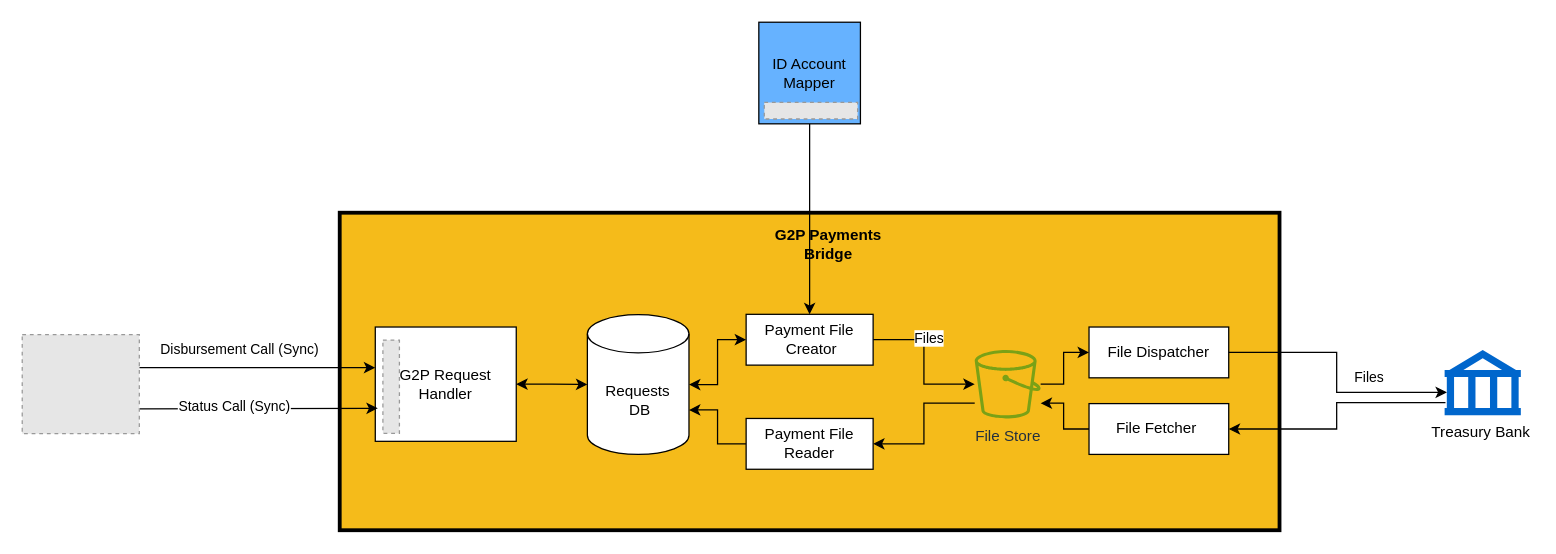
Earlier version of the draw.io diagram .gitbook/assets/gpb-architecture.drawio (OpenG2P/openg2p-documentation). Source tidied: cells renumbered, new cells numbered last; positions are measured from the earlier drawing's top-left corner, leaving out a move shared by most shapes. Both pictures are drawn from the tidied source at 127%, with x=0, y=0 at pixel (22, 22). Pictures stored in the file or linked from it are replaced by grey dashed boxes.
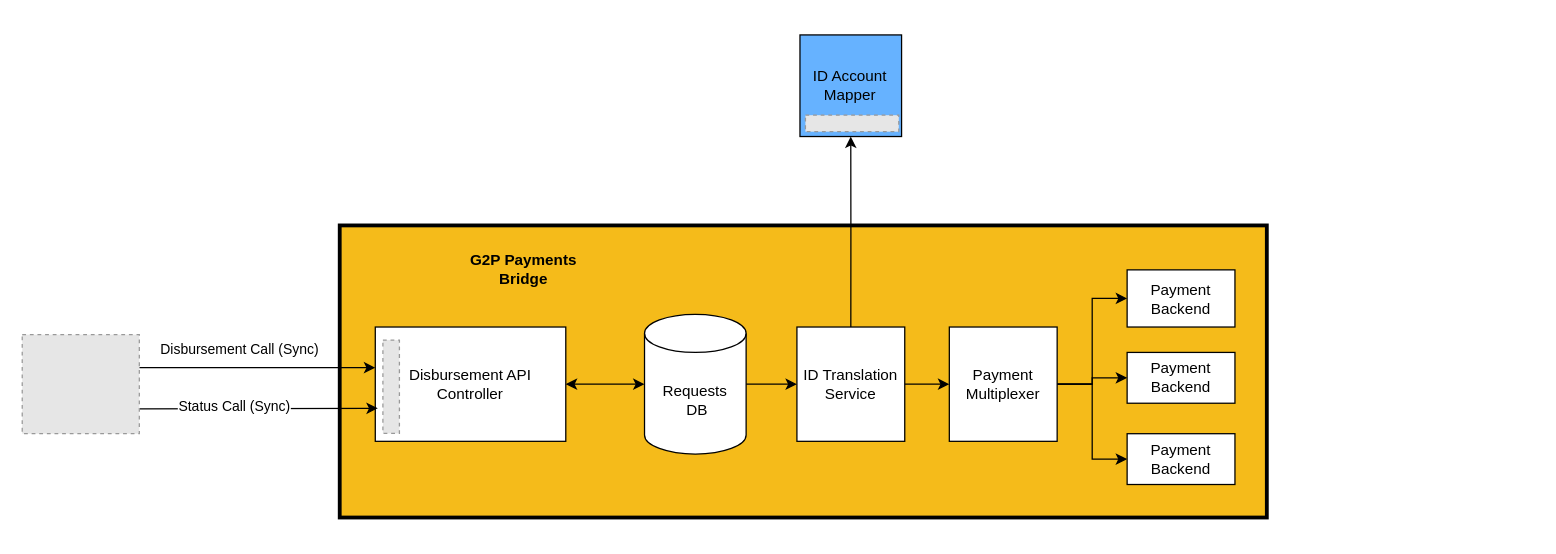
After the change.

Commit message (it also covers changes not shown here):
Modified architecture for GPB

The edit, as a diff of the source:
```diff
@@
     <mxCell id="2" style="rounded=0;whiteSpace=wrap;html=1;fillColor=#F5BB1A;strokeColor=#000000;align=left;strokeWidth=3;" parent="1" vertex="1">
-      <mxGeometry x="250" y="150" width="740" height="250" as="geometry" />
+      <mxGeometry x="250" y="160" width="730" height="230" as="geometry" />
     </mxCell>
-    <mxCell id="3" style="edgeStyle=orthogonalEdgeStyle;rounded=0;jettySize=auto;html=1;exitX=1;exitY=0.5;exitDx=0;exitDy=0;exitPerimeter=0;entryX=0;entryY=0.5;entryDx=0;entryDy=0;startArrow=classic;startFill=1;" parent="1" edge="1" source="5" target="19">
-      <mxGeometry relative="1" as="geometry" />
-    </mxCell>
-    <mxCell id="4" style="edgeStyle=orthogonalEdgeStyle;rounded=0;jettySize=auto;html=1;exitX=1;exitY=0;exitDx=0;exitDy=75;exitPerimeter=0;entryX=0;entryY=0.5;entryDx=0;entryDy=0;startArrow=classic;startFill=1;endArrow=none;endFill=0;" parent="1" edge="1" source="5" target="24">
-      <mxGeometry relative="1" as="geometry" />
-    </mxCell>
+    <mxCell id="34" style="edgeStyle=orthogonalEdgeStyle;rounded=0;jettySize=auto;html=1;exitX=1;exitY=0.5;exitDx=0;exitDy=0;exitPerimeter=0;entryX=0;entryY=0.5;entryDx=0;entryDy=0;" parent="1" edge="1" source="5" target="37">
+      <mxGeometry relative="1" as="geometry" />
+    </mxCell>
     <mxCell id="5" value="Requests&lt;br&gt;&amp;nbsp;DB" style="shape=cylinder3;whiteSpace=wrap;html=1;boundedLbl=1;backgroundOutline=1;size=15;" parent="1" vertex="1">
-      <mxGeometry x="445" y="230.3" width="80" height="110" as="geometry" />
+      <mxGeometry x="490" y="230" width="80" height="110" as="geometry" />
     </mxCell>
     <mxCell id="6" style="group;" parent="1" vertex="1">
-      <mxGeometry x="298" y="240" width="111" height="90" as="geometry" />
+      <mxGeometry x="298" y="240" width="130" height="90" as="geometry" />
     </mxCell>
     <mxCell id="7" style="group;" parent="6" vertex="1">
-      <mxGeometry x="-20" width="111" height="90" as="geometry" />
+      <mxGeometry x="-20" width="150" height="90" as="geometry" />
     </mxCell>
-    <mxCell id="8" value="G2P Request Handler" style="rounded=0;whiteSpace=wrap;html=1;" parent="7" vertex="1">
-      <mxGeometry width="111" height="90" as="geometry" />
+    <mxCell id="8" value="Disbursement API Controller" style="rounded=0;whiteSpace=wrap;html=1;" parent="7" vertex="1">
+      <mxGeometry width="150" height="90" as="geometry" />
     </mxCell>
@@
-    <mxCell id="16" style="edgeStyle=orthogonalEdgeStyle;rounded=0;jettySize=auto;html=1;exitX=1;exitY=0.5;exitDx=0;exitDy=0;startArrow=none;startFill=0;" parent="1" edge="1" source="19" target="20">
-      <mxGeometry relative="1" as="geometry" />
-    </mxCell>
-    <mxCell id="17" value="Files" style="edgeLabel;html=1;align=center;verticalAlign=middle;" parent="16" vertex="1">
-      <mxGeometry x="-0.19" relative="1" as="geometry">
-        <mxPoint x="3" y="-9" as="offset" />
-      </mxGeometry>
-    </mxCell>
-    <mxCell id="18" style="edgeStyle=orthogonalEdgeStyle;rounded=0;jettySize=auto;html=1;exitX=0.5;exitY=0;exitDx=0;exitDy=0;entryX=0.5;entryY=1;entryDx=0;entryDy=0;startArrow=classic;startFill=1;endArrow=none;endFill=0;" parent="1" edge="1" source="19" target="32">
-      <mxGeometry relative="1" as="geometry" />
-    </mxCell>
-    <mxCell id="19" value="Payment File&lt;br&gt;&amp;nbsp;Creator" style="rounded=0;whiteSpace=wrap;html=1;" parent="1" vertex="1">
-      <mxGeometry x="570" y="230" width="100" height="40" as="geometry" />
-    </mxCell>
-    <mxCell id="20" value="File Store" style="sketch=0;outlineConnect=0;fontColor=#232F3E;gradientColor=none;fillColor=#7AA116;strokeColor=none;dashed=0;verticalLabelPosition=bottom;verticalAlign=top;align=center;html=1;fontSize=12;fontStyle=0;shape=mxgraph.aws4.bucket;" parent="1" vertex="1">
-      <mxGeometry x="750" y="258" width="51.9" height="54" as="geometry" />
-    </mxCell>
-    <mxCell id="21" style="edgeStyle=orthogonalEdgeStyle;rounded=0;jettySize=auto;html=1;exitX=0;exitY=0.5;exitDx=0;exitDy=0;startArrow=classic;startFill=1;endArrow=none;endFill=0;" parent="1" edge="1" source="22" target="20">
-      <mxGeometry relative="1" as="geometry" />
-    </mxCell>
-    <mxCell id="22" value="File Dispatcher" style="rounded=0;whiteSpace=wrap;html=1;" parent="1" vertex="1">
-      <mxGeometry x="840" y="240" width="110" height="40" as="geometry" />
-    </mxCell>
-    <mxCell id="23" style="edgeStyle=orthogonalEdgeStyle;rounded=0;jettySize=auto;html=1;exitX=1;exitY=0.5;exitDx=0;exitDy=0;startArrow=classic;startFill=1;endArrow=none;endFill=0;" parent="1" edge="1" source="24" target="20">
-      <mxGeometry relative="1" as="geometry">
-        <Array as="points">
-          <mxPoint x="710" y="332" />
-          <mxPoint x="710" y="300" />
-        </Array>
-      </mxGeometry>
-    </mxCell>
-    <mxCell id="24" value="Payment File Reader" style="rounded=0;whiteSpace=wrap;html=1;" parent="1" vertex="1">
-      <mxGeometry x="570" y="312" width="100" height="40" as="geometry" />
-    </mxCell>
-    <mxCell id="25" style="edgeStyle=orthogonalEdgeStyle;rounded=0;jettySize=auto;html=1;exitX=0;exitY=0.5;exitDx=0;exitDy=0;" parent="1" edge="1" source="26" target="20">
-      <mxGeometry relative="1" as="geometry">
-        <Array as="points">
-          <mxPoint x="820" y="320" />
-          <mxPoint x="820" y="300" />
-        </Array>
-      </mxGeometry>
-    </mxCell>
-    <mxCell id="26" value="File Fetcher&amp;nbsp;" style="rounded=0;whiteSpace=wrap;html=1;" parent="1" vertex="1">
-      <mxGeometry x="840" y="300.3" width="110" height="40" as="geometry" />
-    </mxCell>
-    <mxCell id="27" value="Treasury Bank&amp;nbsp;" style="shape=mxgraph.signs.travel.bank;html=1;fillColor=#0066CC;strokeColor=none;verticalLabelPosition=bottom;verticalAlign=top;align=center;" parent="1" vertex="1">
-      <mxGeometry x="1120" y="258" width="60" height="51.4" as="geometry" />
-    </mxCell>
-    <mxCell id="28" style="edgeStyle=orthogonalEdgeStyle;rounded=0;jettySize=auto;html=1;exitX=1;exitY=0.5;exitDx=0;exitDy=0;entryX=0.03;entryY=0.65;entryDx=0;entryDy=0;entryPerimeter=0;" parent="1" edge="1" source="22" target="27">
-      <mxGeometry relative="1" as="geometry" />
-    </mxCell>
-    <mxCell id="29" style="edgeStyle=orthogonalEdgeStyle;rounded=0;jettySize=auto;html=1;exitX=1;exitY=0.5;exitDx=0;exitDy=0;entryX=0.011;entryY=0.807;entryDx=0;entryDy=0;entryPerimeter=0;startArrow=classic;startFill=1;endArrow=none;endFill=0;" parent="1" edge="1" source="26" target="27">
-      <mxGeometry relative="1" as="geometry" />
-    </mxCell>
-    <mxCell id="30" value="Files&amp;nbsp;" style="edgeLabel;html=1;align=center;verticalAlign=middle;" parent="29" vertex="1">
-      <mxGeometry x="0.66" relative="1" as="geometry">
-        <mxPoint x="-27" y="-20" as="offset" />
-      </mxGeometry>
-    </mxCell>
     <mxCell id="31" value="&lt;b&gt;G2P Payments Bridge&lt;/b&gt;" style="text;html=1;strokeColor=none;fillColor=none;align=center;verticalAlign=middle;whiteSpace=wrap;rounded=0;" parent="1" vertex="1">
-      <mxGeometry x="580" y="160" width="110" height="30" as="geometry" />
+      <mxGeometry x="340" y="180" width="110" height="30" as="geometry" />
     </mxCell>
     <mxCell id="32" value="ID Account Mapper" style="whiteSpace=wrap;html=1;fillColor=#66B2FF;" parent="1" vertex="1">
-      <mxGeometry x="580" width="80" height="80" as="geometry" />
+      <mxGeometry x="612.4" y="10" width="80" height="80" as="geometry" />
     </mxCell>
     <mxCell id="33" style="fillColor=#E6E6E6;strokeColor=#999999;dashed=1;verticalLabelPosition=bottom;verticalAlign=top;" parent="1" vertex="1">
-      <mxGeometry x="584.3" y="63.2" width="73.5" height="13" as="geometry" />
+      <mxGeometry x="616.7" y="73.2" width="73.5" height="13" as="geometry" />
     </mxCell>
+    <mxCell id="35" style="edgeStyle=orthogonalEdgeStyle;rounded=0;jettySize=auto;html=1;exitX=0.5;exitY=0;exitDx=0;exitDy=0;entryX=0.5;entryY=1;entryDx=0;entryDy=0;" parent="1" edge="1" source="37" target="32">
+      <mxGeometry relative="1" as="geometry" />
+    </mxCell>
+    <mxCell id="36" style="edgeStyle=orthogonalEdgeStyle;rounded=0;jettySize=auto;html=1;exitX=1;exitY=0.5;exitDx=0;exitDy=0;entryX=0;entryY=0.5;entryDx=0;entryDy=0;" parent="1" edge="1" source="37" target="41">
+      <mxGeometry relative="1" as="geometry" />
+    </mxCell>
+    <mxCell id="37" value="ID Translation Service" style="rounded=0;whiteSpace=wrap;html=1;" parent="1" vertex="1">
+      <mxGeometry x="610" y="240" width="84.9" height="90" as="geometry" />
+    </mxCell>
+    <mxCell id="38" style="edgeStyle=orthogonalEdgeStyle;rounded=0;jettySize=auto;html=1;exitX=1;exitY=0.5;exitDx=0;exitDy=0;entryX=0;entryY=0.5;entryDx=0;entryDy=0;" parent="1" edge="1" source="41" target="42">
+      <mxGeometry relative="1" as="geometry" />
+    </mxCell>
+    <mxCell id="39" style="edgeStyle=orthogonalEdgeStyle;rounded=0;jettySize=auto;html=1;exitX=1;exitY=0.5;exitDx=0;exitDy=0;entryX=0;entryY=0.5;entryDx=0;entryDy=0;" parent="1" edge="1" source="41" target="43">
+      <mxGeometry relative="1" as="geometry" />
+    </mxCell>
+    <mxCell id="40" style="edgeStyle=orthogonalEdgeStyle;rounded=0;jettySize=auto;html=1;exitX=1;exitY=0.5;exitDx=0;exitDy=0;entryX=0;entryY=0.5;entryDx=0;entryDy=0;" parent="1" edge="1" source="41" target="44">
+      <mxGeometry relative="1" as="geometry" />
+    </mxCell>
+    <mxCell id="41" value="Payment Multiplexer" style="rounded=0;whiteSpace=wrap;html=1;" parent="1" vertex="1">
+      <mxGeometry x="730" y="240" width="84.9" height="90" as="geometry" />
+    </mxCell>
+    <mxCell id="42" value="Payment Backend" style="rounded=0;whiteSpace=wrap;html=1;" parent="1" vertex="1">
+      <mxGeometry x="870" y="195" width="84.9" height="45" as="geometry" />
+    </mxCell>
+    <mxCell id="43" value="Payment Backend" style="rounded=0;whiteSpace=wrap;html=1;" parent="1" vertex="1">
+      <mxGeometry x="870" y="260" width="84.9" height="40" as="geometry" />
+    </mxCell>
+    <mxCell id="44" value="Payment Backend" style="rounded=0;whiteSpace=wrap;html=1;" parent="1" vertex="1">
+      <mxGeometry x="870" y="324" width="84.9" height="40" as="geometry" />
+    </mxCell>
```
